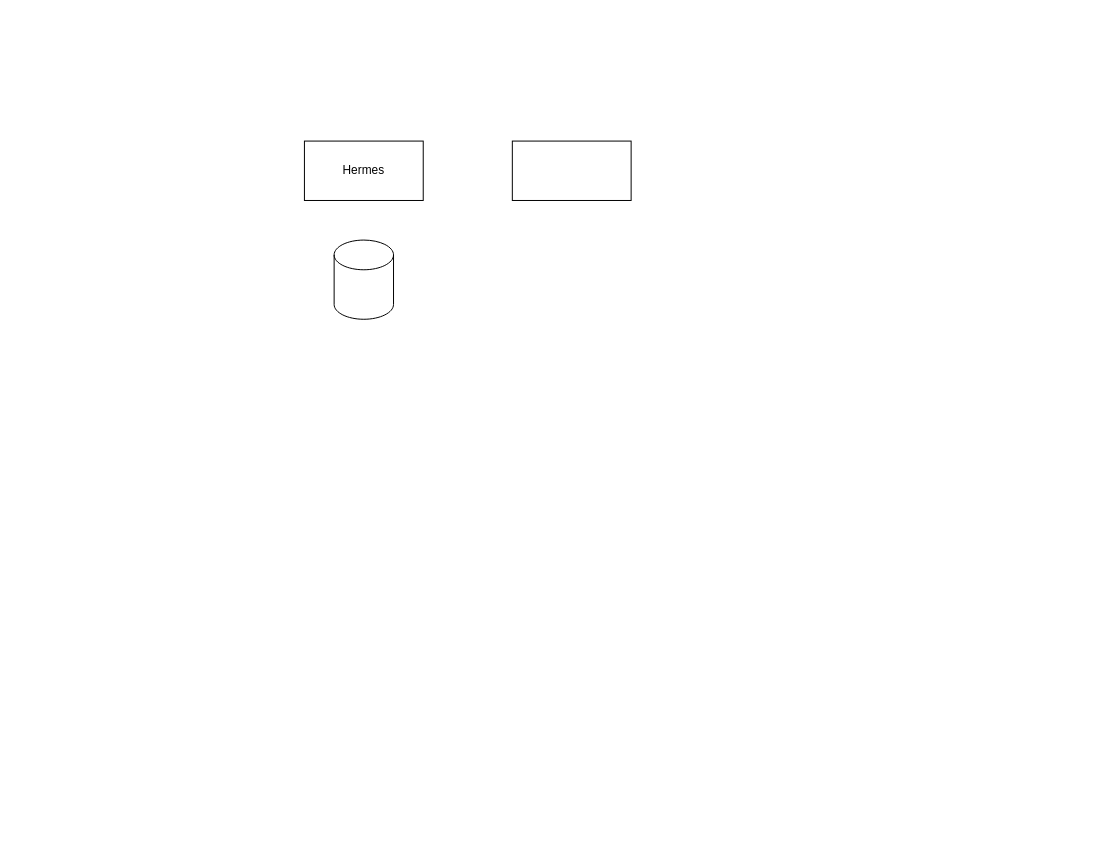
The draw.io diagram sprint 2 block diagram.drawio in natank/diagrams, before the edit. Source tidied: cells renumbered, new cells numbered last; positions are measured from the earlier drawing's top-left corner, leaving out a move shared by most shapes. Both pictures are drawn from the tidied source at 99%, with x=0, y=0 at pixel (304, 141). Pictures stored in the file or linked from it are replaced by grey dashed boxes.
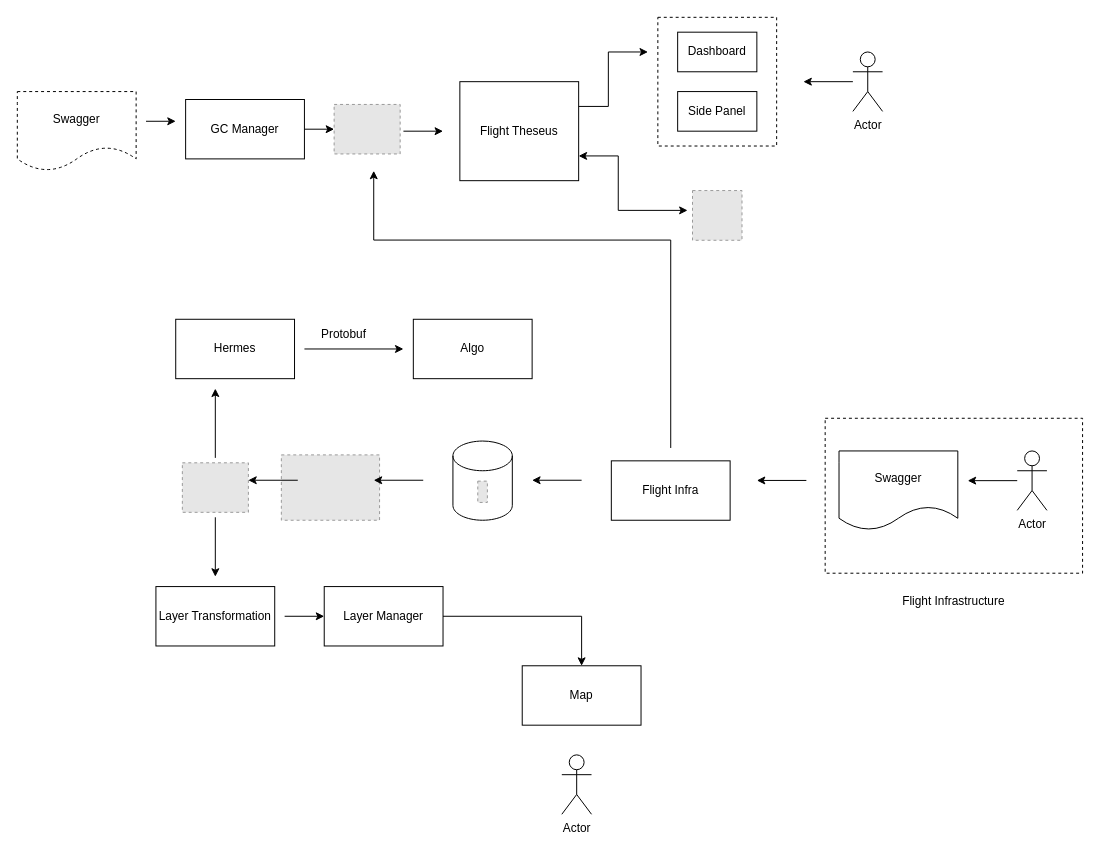
The same page after the edit.

The edit, as a diff of the source:
```diff
@@
+    <mxCell id="5" style="rounded=0;whiteSpace=wrap;html=1;dashed=1;" parent="1" vertex="1">
+      <mxGeometry x="526" y="280" width="260" height="156.5" as="geometry" />
+    </mxCell>
+    <mxCell id="6" style="rounded=0;whiteSpace=wrap;html=1;dashed=1;" parent="1" vertex="1">
+      <mxGeometry x="357" y="-125" width="120" height="130" as="geometry" />
+    </mxCell>
     <mxCell id="2" value="Hermes" style="rounded=0;whiteSpace=wrap;html=1;" parent="1" vertex="1">
-      <mxGeometry width="120" height="60" as="geometry" />
+      <mxGeometry x="-130" y="180" width="120" height="60" as="geometry" />
     </mxCell>
     <mxCell id="3" style="shape=cylinder3;whiteSpace=wrap;html=1;boundedLbl=1;backgroundOutline=1;size=15;" parent="1" vertex="1">
-      <mxGeometry x="30" y="100" width="60" height="80" as="geometry" />
+      <mxGeometry x="150" y="303" width="60" height="80" as="geometry" />
     </mxCell>
-    <mxCell id="4" style="rounded=0;whiteSpace=wrap;html=1;" parent="1" vertex="1">
-      <mxGeometry x="210" width="120" height="60" as="geometry" />
+    <mxCell id="4" value="Algo" style="rounded=0;whiteSpace=wrap;html=1;" parent="1" vertex="1">
+      <mxGeometry x="110" y="180" width="120" height="60" as="geometry" />
     </mxCell>
+    <mxCell id="7" style="fillColor=#E6E6E6;strokeColor=#999999;dashed=1;verticalLabelPosition=bottom;labelBackgroundColor=default;verticalAlign=top;" parent="1" vertex="1">
+      <mxGeometry x="-123.3" y="325" width="66.7" height="50" as="geometry" />
+    </mxCell>
+    <mxCell id="8" style="fillColor=#E6E6E6;strokeColor=#999999;dashed=1;verticalLabelPosition=bottom;labelBackgroundColor=default;verticalAlign=top;" parent="1" vertex="1">
+      <mxGeometry x="-23.3" y="317" width="99.2" height="66" as="geometry" />
+    </mxCell>
+    <mxCell id="9" value="Layer Transformation" style="rounded=0;whiteSpace=wrap;html=1;" parent="1" vertex="1">
+      <mxGeometry x="-150" y="450" width="120" height="60" as="geometry" />
+    </mxCell>
+    <mxCell id="10" value="Layer Manager" style="rounded=0;whiteSpace=wrap;html=1;" parent="1" vertex="1">
+      <mxGeometry x="20" y="450" width="120" height="60" as="geometry" />
+    </mxCell>
+    <mxCell id="11" value="Flight Infra" style="rounded=0;whiteSpace=wrap;html=1;" parent="1" vertex="1">
+      <mxGeometry x="310" y="323" width="120" height="60" as="geometry" />
+    </mxCell>
+    <mxCell id="12" value="Swagger" style="shape=document;whiteSpace=wrap;html=1;boundedLbl=1;" parent="1" vertex="1">
+      <mxGeometry x="540" y="313" width="120" height="80" as="geometry" />
+    </mxCell>
+    <mxCell id="13" value="Actor" style="shape=umlActor;verticalLabelPosition=bottom;verticalAlign=top;html=1;outlineConnect=0;" parent="1" vertex="1">
+      <mxGeometry x="720" y="313" width="30" height="60" as="geometry" />
+    </mxCell>
+    <mxCell id="14" value="GC Manager" style="rounded=0;whiteSpace=wrap;html=1;" parent="1" vertex="1">
+      <mxGeometry x="-120" y="-42" width="120" height="60" as="geometry" />
+    </mxCell>
+    <mxCell id="15" value="Map" style="rounded=0;whiteSpace=wrap;html=1;" parent="1" vertex="1">
+      <mxGeometry x="220" y="530" width="120" height="60" as="geometry" />
+    </mxCell>
+    <mxCell id="16" value="Actor" style="shape=umlActor;verticalLabelPosition=bottom;verticalAlign=top;html=1;" parent="1" vertex="1">
+      <mxGeometry x="260" y="620" width="30" height="60" as="geometry" />
+    </mxCell>
+    <mxCell id="17" value="Flight Theseus" style="rounded=0;whiteSpace=wrap;html=1;" parent="1" vertex="1">
+      <mxGeometry x="157" y="-60" width="120" height="100" as="geometry" />
+    </mxCell>
+    <mxCell id="18" style="fillColor=#E6E6E6;strokeColor=#999999;dashed=1;verticalLabelPosition=bottom;labelBackgroundColor=default;verticalAlign=top;" parent="1" vertex="1">
+      <mxGeometry x="392" y="50" width="50" height="50.2" as="geometry" />
+    </mxCell>
+    <mxCell id="19" value="Dashboard" style="rounded=0;whiteSpace=wrap;html=1;" parent="1" vertex="1">
+      <mxGeometry x="377" y="-110" width="80" height="40" as="geometry" />
+    </mxCell>
+    <mxCell id="20" value="Side Panel" style="rounded=0;whiteSpace=wrap;html=1;" parent="1" vertex="1">
+      <mxGeometry x="377" y="-50" width="80" height="40" as="geometry" />
+    </mxCell>
+    <mxCell id="21" style="endArrow=classic;html=1;rounded=0;exitX=1;exitY=0.25;exitDx=0;exitDy=0;" parent="1" edge="1" source="17">
+      <mxGeometry relative="1" as="geometry">
+        <mxPoint x="347" y="-90" as="targetPoint" />
+        <Array as="points">
+          <mxPoint x="307" y="-35" />
+          <mxPoint x="307" y="-90" />
+        </Array>
+      </mxGeometry>
+    </mxCell>
+    <mxCell id="22" style="endArrow=classic;startArrow=classic;html=1;rounded=0;exitX=1;exitY=0.75;exitDx=0;exitDy=0;" parent="1" edge="1" source="17">
+      <mxGeometry relative="1" as="geometry">
+        <mxPoint x="387" y="70" as="targetPoint" />
+        <Array as="points">
+          <mxPoint x="317" y="15" />
+          <mxPoint x="317" y="70" />
+        </Array>
+      </mxGeometry>
+    </mxCell>
+    <mxCell id="23" style="fillColor=#E6E6E6;strokeColor=#999999;dashed=1;verticalLabelPosition=bottom;labelBackgroundColor=default;verticalAlign=top;" parent="1" vertex="1">
+      <mxGeometry x="30" y="-37" width="66.7" height="50" as="geometry" />
+    </mxCell>
+    <mxCell id="24" style="endArrow=classic;html=1;rounded=0;exitX=1;exitY=0.5;exitDx=0;exitDy=0;entryX=0;entryY=0.5;entryDx=0;entryDy=0;" parent="1" edge="1" source="14" target="23">
+      <mxGeometry relative="1" as="geometry" />
+    </mxCell>
+    <mxCell id="25" style="endArrow=classic;html=1;rounded=0;" parent="1" edge="1">
+      <mxGeometry relative="1" as="geometry">
+        <mxPoint x="100" y="-10" as="sourcePoint" />
+        <mxPoint x="140" y="-10" as="targetPoint" />
+      </mxGeometry>
+    </mxCell>
+    <mxCell id="26" style="endArrow=classic;html=1;rounded=0;" parent="1" edge="1" source="13">
+      <mxGeometry relative="1" as="geometry">
+        <mxPoint x="670" y="343" as="targetPoint" />
+      </mxGeometry>
+    </mxCell>
+    <mxCell id="27" style="endArrow=classic;html=1;rounded=0;" parent="1" edge="1">
+      <mxGeometry relative="1" as="geometry">
+        <mxPoint x="507" y="342.8" as="sourcePoint" />
+        <mxPoint x="457" y="342.8" as="targetPoint" />
+      </mxGeometry>
+    </mxCell>
+    <mxCell id="28" style="endArrow=classic;html=1;rounded=0;" parent="1" edge="1">
+      <mxGeometry relative="1" as="geometry">
+        <mxPoint x="280" y="342.6" as="sourcePoint" />
+        <mxPoint x="230" y="342.6" as="targetPoint" />
+      </mxGeometry>
+    </mxCell>
+    <mxCell id="29" style="endArrow=classic;html=1;rounded=0;" parent="1" edge="1">
+      <mxGeometry relative="1" as="geometry">
+        <mxPoint x="120" y="342.6" as="sourcePoint" />
+        <mxPoint x="70" y="342.6" as="targetPoint" />
+      </mxGeometry>
+    </mxCell>
+    <mxCell id="30" style="endArrow=classic;html=1;rounded=0;" parent="1" edge="1">
+      <mxGeometry relative="1" as="geometry">
+        <mxPoint x="-6.7" y="342.6" as="sourcePoint" />
+        <mxPoint x="-56.7" y="342.6" as="targetPoint" />
+      </mxGeometry>
+    </mxCell>
+    <mxCell id="31" style="endArrow=classic;html=1;rounded=0;" parent="1" edge="1">
+      <mxGeometry relative="1" as="geometry">
+        <mxPoint x="-90" y="320" as="sourcePoint" />
+        <mxPoint x="-90" y="250" as="targetPoint" />
+      </mxGeometry>
+    </mxCell>
+    <mxCell id="32" style="endArrow=classic;html=1;rounded=0;" parent="1" edge="1">
+      <mxGeometry relative="1" as="geometry">
+        <mxPoint y="210" as="sourcePoint" />
+        <mxPoint x="100" y="210" as="targetPoint" />
+      </mxGeometry>
+    </mxCell>
+    <mxCell id="33" style="endArrow=classic;html=1;rounded=0;" parent="1" edge="1">
+      <mxGeometry relative="1" as="geometry">
+        <mxPoint x="-90" y="380" as="sourcePoint" />
+        <mxPoint x="-90" y="440" as="targetPoint" />
+      </mxGeometry>
+    </mxCell>
+    <mxCell id="34" style="endArrow=classic;html=1;rounded=0;entryX=0;entryY=0.5;entryDx=0;entryDy=0;" parent="1" edge="1" target="10">
+      <mxGeometry relative="1" as="geometry">
+        <mxPoint x="-20" y="480" as="sourcePoint" />
+      </mxGeometry>
+    </mxCell>
+    <mxCell id="35" style="endArrow=classic;html=1;rounded=0;exitX=1;exitY=0.5;exitDx=0;exitDy=0;entryX=0.5;entryY=0;entryDx=0;entryDy=0;" parent="1" edge="1" source="10" target="15">
+      <mxGeometry relative="1" as="geometry">
+        <Array as="points">
+          <mxPoint x="280" y="480" />
+        </Array>
+      </mxGeometry>
+    </mxCell>
+    <mxCell id="36" style="fillColor=#E6E6E6;strokeColor=#999999;dashed=1;verticalLabelPosition=bottom;labelBackgroundColor=default;verticalAlign=top;" parent="1" vertex="1">
+      <mxGeometry x="175.1" y="343.5" width="9.7" height="21.5" as="geometry" />
+    </mxCell>
+    <mxCell id="37" value="Actor" style="shape=umlActor;verticalLabelPosition=bottom;verticalAlign=top;html=1;outlineConnect=0;" parent="1" vertex="1">
+      <mxGeometry x="554" y="-90" width="30" height="60" as="geometry" />
+    </mxCell>
+    <mxCell id="38" style="endArrow=classic;html=1;rounded=0;" parent="1" edge="1" source="37">
+      <mxGeometry relative="1" as="geometry">
+        <mxPoint x="504" y="-60" as="targetPoint" />
+      </mxGeometry>
+    </mxCell>
+    <mxCell id="39" value="Protobuf" style="text;html=1;strokeColor=none;fillColor=none;align=center;verticalAlign=middle;whiteSpace=wrap;rounded=0;dashed=1;" parent="1" vertex="1">
+      <mxGeometry x="10" y="180" width="60" height="30" as="geometry" />
+    </mxCell>
+    <mxCell id="40" style="endArrow=classic;html=1;rounded=0;" parent="1" edge="1">
+      <mxGeometry relative="1" as="geometry">
+        <mxPoint x="370" y="310" as="sourcePoint" />
+        <mxPoint x="70" y="30" as="targetPoint" />
+        <Array as="points">
+          <mxPoint x="370" y="100" />
+          <mxPoint x="70" y="100" />
+        </Array>
+      </mxGeometry>
+    </mxCell>
+    <mxCell id="41" value="Flight Infrastructure" style="text;html=1;strokeColor=none;fillColor=none;align=center;verticalAlign=middle;whiteSpace=wrap;rounded=0;dashed=1;" parent="1" vertex="1">
+      <mxGeometry x="566" y="450" width="180" height="30" as="geometry" />
+    </mxCell>
+    <mxCell id="42" value="Swagger" style="shape=document;whiteSpace=wrap;html=1;boundedLbl=1;dashed=1;" parent="1" vertex="1">
+      <mxGeometry x="-290" y="-50" width="120" height="80" as="geometry" />
+    </mxCell>
+    <mxCell id="43" style="endArrow=classic;html=1;rounded=0;" parent="1" edge="1">
+      <mxGeometry relative="1" as="geometry">
+        <mxPoint x="-160" y="-20" as="sourcePoint" />
+        <mxPoint x="-130" y="-20" as="targetPoint" />
+      </mxGeometry>
+    </mxCell>
```
